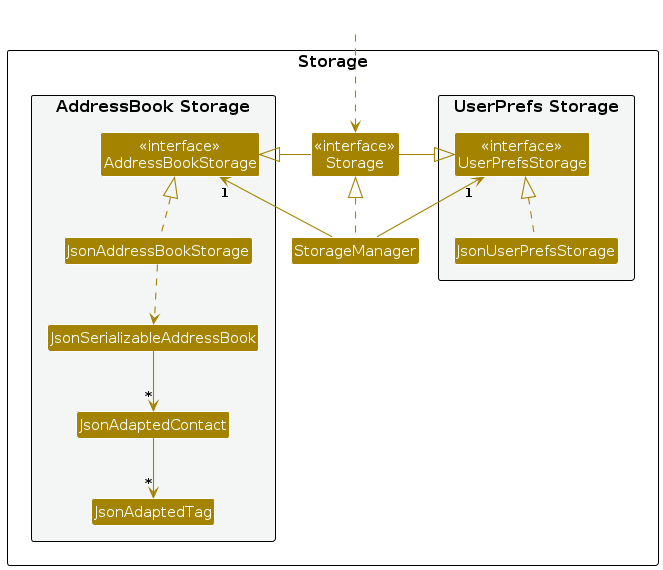
AY2526S2-CS2103T-T10-1/tp keeps this PlantUML diagram as diagrams/StorageClassDiagram.png. Above is the earlier version. Its source is kept beside it as diagrams/StorageClassDiagram.puml. Source of this version:
```plantuml
@startuml
!include style.puml
skinparam arrowThickness 1.1
skinparam arrowColor STORAGE_COLOR
skinparam classBackgroundColor STORAGE_COLOR

package Storage as StoragePackage {

package "UserPrefs Storage" #F4F6F6{
Class "<<interface>>\nUserPrefsStorage" as UserPrefsStorage
Class JsonUserPrefsStorage
}

Class "<<interface>>\nStorage" as Storage
Class StorageManager

package "AddressBook Storage" #F4F6F6{
Class "<<interface>>\nAddressBookStorage" as AddressBookStorage
Class JsonAddressBookStorage
Class JsonSerializableAddressBook
Class JsonAdaptedContact
Class JsonAdaptedTag
}

}

Class HiddenOutside #FFFFFF
HiddenOutside ..> Storage

StorageManager .up.|> Storage
StorageManager -up-> "1" UserPrefsStorage
StorageManager -up-> "1" AddressBookStorage

Storage -left-|> UserPrefsStorage
Storage -right-|> AddressBookStorage

JsonUserPrefsStorage .up.|> UserPrefsStorage
JsonAddressBookStorage .up.|> AddressBookStorage
JsonAddressBookStorage ..> JsonSerializableAddressBook
JsonSerializableAddressBook --> "*" JsonAdaptedContact
JsonAdaptedContact --> "*" JsonAdaptedTag

@enduml
```
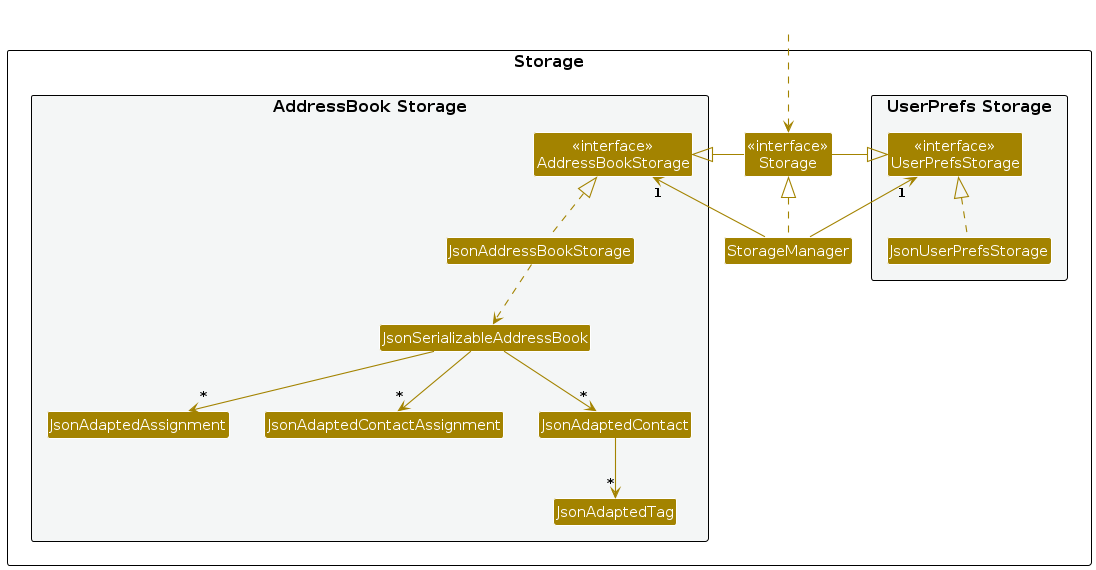
Later version of the same file.

Change to the diagram source:
```diff
@@ -18,6 +18,8 @@
 Class "<<interface>>\nAddressBookStorage" as AddressBookStorage
 Class JsonAddressBookStorage
 Class JsonSerializableAddressBook
+class JsonAdaptedAssignment
+class JsonAdaptedContactAssignment
 Class JsonAdaptedContact
 Class JsonAdaptedTag
 }
@@ -38,6 +40,8 @@
 JsonAddressBookStorage .up.|> AddressBookStorage
 JsonAddressBookStorage ..> JsonSerializableAddressBook
 JsonSerializableAddressBook --> "*" JsonAdaptedContact
+JsonSerializableAddressBook --> "*" JsonAdaptedAssignment
+JsonSerializableAddressBook --> "*" JsonAdaptedContactAssignment
 JsonAdaptedContact --> "*" JsonAdaptedTag
 
 @enduml
```
